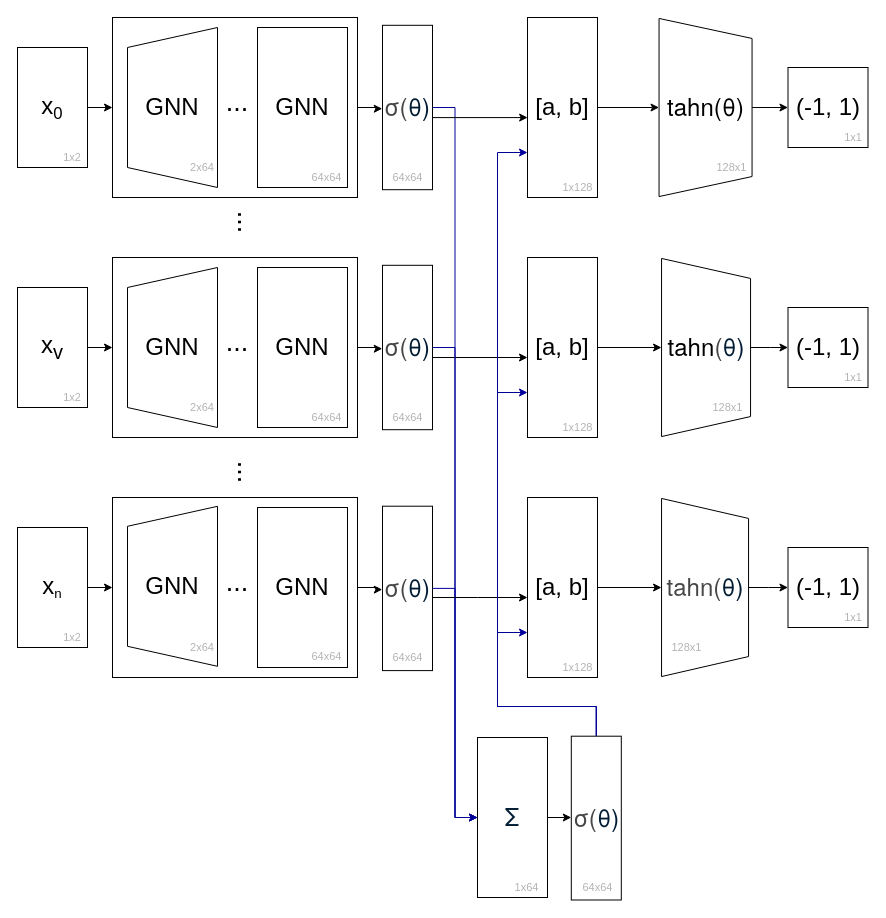
Earlier version of the draw.io diagram gnn.drawio (osnieltx/gnn-co). Source tidied: cells renumbered, new cells numbered last; positions are measured from the earlier drawing's top-left corner, leaving out a move shared by most shapes. Both pictures are drawn from the tidied source at 100%, with x=0, y=0 at pixel (17, 17).
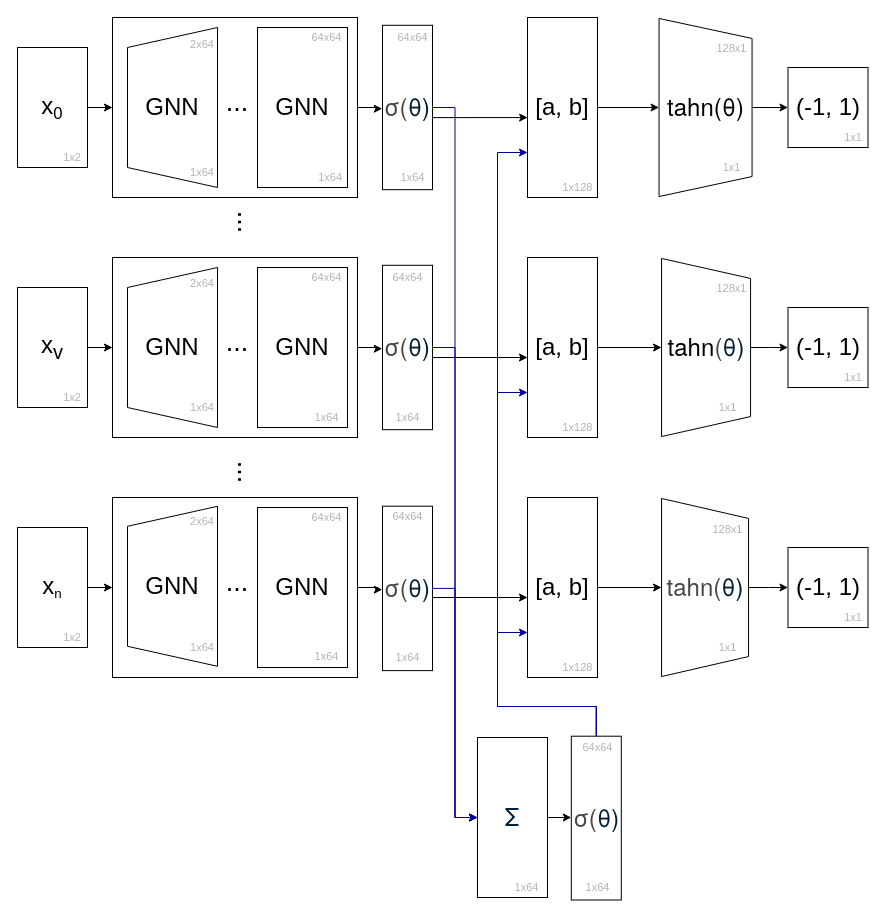
The same diagram, later.

The edit, as a diff of the source:
```diff
@@
     <mxCell id="58" value="2x64" style="text;html=1;align=center;verticalAlign=middle;whiteSpace=wrap;rounded=0;fontSize=11;fontColor=#B3B3B3;" parent="1" vertex="1">
-      <mxGeometry x="170" y="140" width="30" height="20" as="geometry" />
+      <mxGeometry x="170" y="17" width="30" height="20" as="geometry" />
     </mxCell>
-    <mxCell id="59" value="2x64" style="text;html=1;align=center;verticalAlign=middle;whiteSpace=wrap;rounded=0;fontSize=11;fontColor=#B3B3B3;" parent="1" vertex="1">
+    <mxCell id="59" value="1x64" style="text;html=1;align=center;verticalAlign=middle;whiteSpace=wrap;rounded=0;fontSize=11;fontColor=#B3B3B3;" parent="1" vertex="1">
       <mxGeometry x="170" y="380" width="30" height="20" as="geometry" />
     </mxCell>
-    <mxCell id="60" value="2x64" style="text;html=1;align=center;verticalAlign=middle;whiteSpace=wrap;rounded=0;fontSize=11;fontColor=#B3B3B3;" parent="1" vertex="1">
+    <mxCell id="60" value="1x64" style="text;html=1;align=center;verticalAlign=middle;whiteSpace=wrap;rounded=0;fontSize=11;fontColor=#B3B3B3;" parent="1" vertex="1">
       <mxGeometry x="170" y="620" width="30" height="20" as="geometry" />
     </mxCell>
     <mxCell id="61" value="64x64" style="text;html=1;align=center;verticalAlign=middle;whiteSpace=wrap;rounded=0;fontSize=11;fontColor=#B3B3B3;" parent="1" vertex="1">
-      <mxGeometry x="289" y="150" width="41" height="20" as="geometry" />
+      <mxGeometry x="289" y="10" width="41" height="20" as="geometry" />
     </mxCell>
-    <mxCell id="62" value="64x64" style="text;html=1;align=center;verticalAlign=middle;whiteSpace=wrap;rounded=0;fontSize=11;fontColor=#B3B3B3;" parent="1" vertex="1">
+    <mxCell id="62" value="1x64" style="text;html=1;align=center;verticalAlign=middle;whiteSpace=wrap;rounded=0;fontSize=11;fontColor=#B3B3B3;" parent="1" vertex="1">
       <mxGeometry x="289" y="390" width="41" height="20" as="geometry" />
     </mxCell>
-    <mxCell id="63" value="64x64" style="text;html=1;align=center;verticalAlign=middle;whiteSpace=wrap;rounded=0;fontSize=11;fontColor=#B3B3B3;" parent="1" vertex="1">
+    <mxCell id="63" value="1x64" style="text;html=1;align=center;verticalAlign=middle;whiteSpace=wrap;rounded=0;fontSize=11;fontColor=#B3B3B3;" parent="1" vertex="1">
       <mxGeometry x="289" y="628.8" width="41" height="20" as="geometry" />
     </mxCell>
     <mxCell id="64" value="64x64" style="text;html=1;align=center;verticalAlign=middle;whiteSpace=wrap;rounded=0;fontSize=11;fontColor=#B3B3B3;" parent="1" vertex="1">
-      <mxGeometry x="370" y="150" width="41" height="20" as="geometry" />
+      <mxGeometry x="375" y="10" width="41" height="20" as="geometry" />
     </mxCell>
-    <mxCell id="65" value="64x64" style="text;html=1;align=center;verticalAlign=middle;whiteSpace=wrap;rounded=0;fontSize=11;fontColor=#B3B3B3;" parent="1" vertex="1">
+    <mxCell id="65" value="1x64" style="text;html=1;align=center;verticalAlign=middle;whiteSpace=wrap;rounded=0;fontSize=11;fontColor=#B3B3B3;" parent="1" vertex="1">
       <mxGeometry x="370" y="390" width="41" height="20" as="geometry" />
     </mxCell>
-    <mxCell id="66" value="64x64" style="text;html=1;align=center;verticalAlign=middle;whiteSpace=wrap;rounded=0;fontSize=11;fontColor=#B3B3B3;" parent="1" vertex="1">
+    <mxCell id="66" value="1x64" style="text;html=1;align=center;verticalAlign=middle;whiteSpace=wrap;rounded=0;fontSize=11;fontColor=#B3B3B3;" parent="1" vertex="1">
       <mxGeometry x="369.5" y="630" width="41" height="20" as="geometry" />
     </mxCell>
@@
-    <mxCell id="68" value="64x64" style="text;html=1;align=center;verticalAlign=middle;whiteSpace=wrap;rounded=0;fontSize=11;fontColor=#B3B3B3;" parent="1" vertex="1">
+    <mxCell id="68" value="1x64" style="text;html=1;align=center;verticalAlign=middle;whiteSpace=wrap;rounded=0;fontSize=11;fontColor=#B3B3B3;" parent="1" vertex="1">
       <mxGeometry x="560" y="860" width="41" height="20" as="geometry" />
     </mxCell>
@@
-    <mxCell id="72" value="128x1" style="text;html=1;align=center;verticalAlign=middle;whiteSpace=wrap;rounded=0;fontSize=11;fontColor=#B3B3B3;" parent="1" vertex="1">
+    <mxCell id="72" value="1x1" style="text;html=1;align=center;verticalAlign=middle;whiteSpace=wrap;rounded=0;fontSize=11;fontColor=#B3B3B3;" parent="1" vertex="1">
       <mxGeometry x="694" y="140" width="41" height="20" as="geometry" />
     </mxCell>
-    <mxCell id="73" value="128x1" style="text;html=1;align=center;verticalAlign=middle;whiteSpace=wrap;rounded=0;fontSize=11;fontColor=#B3B3B3;" parent="1" vertex="1">
+    <mxCell id="73" value="1x1" style="text;html=1;align=center;verticalAlign=middle;whiteSpace=wrap;rounded=0;fontSize=11;fontColor=#B3B3B3;" parent="1" vertex="1">
       <mxGeometry x="689.6" y="380" width="41" height="20" as="geometry" />
     </mxCell>
-    <mxCell id="74" value="128x1" style="text;html=1;align=center;verticalAlign=middle;whiteSpace=wrap;rounded=0;fontSize=11;fontColor=#B3B3B3;" parent="1" vertex="1">
-      <mxGeometry x="648.6" y="620" width="41" height="20" as="geometry" />
+    <mxCell id="74" value="1x1" style="text;html=1;align=center;verticalAlign=middle;whiteSpace=wrap;rounded=0;fontSize=11;fontColor=#B3B3B3;" parent="1" vertex="1">
+      <mxGeometry x="689.6" y="620" width="41" height="20" as="geometry" />
     </mxCell>
@@
+    <mxCell id="78" value="1x64" style="text;html=1;align=center;verticalAlign=middle;whiteSpace=wrap;rounded=0;fontSize=11;fontColor=#B3B3B3;" parent="1" vertex="1">
+      <mxGeometry x="170" y="145" width="30" height="20" as="geometry" />
+    </mxCell>
+    <mxCell id="79" value="1x64" style="text;html=1;align=right;verticalAlign=middle;whiteSpace=wrap;rounded=0;fontSize=11;fontColor=#B3B3B3;" parent="1" vertex="1">
+      <mxGeometry x="286" y="150" width="41" height="20" as="geometry" />
+    </mxCell>
+    <mxCell id="80" value="1x64" style="text;html=1;align=center;verticalAlign=middle;whiteSpace=wrap;rounded=0;fontSize=11;fontColor=#B3B3B3;" parent="1" vertex="1">
+      <mxGeometry x="375" y="150" width="41" height="20" as="geometry" />
+    </mxCell>
+    <mxCell id="81" value="128x1" style="text;html=1;align=center;verticalAlign=middle;whiteSpace=wrap;rounded=0;fontSize=11;fontColor=#B3B3B3;" parent="1" vertex="1">
+      <mxGeometry x="694" y="21" width="41" height="20" as="geometry" />
+    </mxCell>
+    <mxCell id="82" value="2x64" style="text;html=1;align=center;verticalAlign=middle;whiteSpace=wrap;rounded=0;fontSize=11;fontColor=#B3B3B3;" parent="1" vertex="1">
+      <mxGeometry x="170" y="256" width="30" height="20" as="geometry" />
+    </mxCell>
+    <mxCell id="83" value="64x64" style="text;html=1;align=center;verticalAlign=middle;whiteSpace=wrap;rounded=0;fontSize=11;fontColor=#B3B3B3;" parent="1" vertex="1">
+      <mxGeometry x="289" y="250" width="41" height="20" as="geometry" />
+    </mxCell>
+    <mxCell id="84" value="64x64" style="text;html=1;align=center;verticalAlign=middle;whiteSpace=wrap;rounded=0;fontSize=11;fontColor=#B3B3B3;" parent="1" vertex="1">
+      <mxGeometry x="370" y="250" width="41" height="20" as="geometry" />
+    </mxCell>
+    <mxCell id="85" value="128x1" style="text;html=1;align=center;verticalAlign=middle;whiteSpace=wrap;rounded=0;fontSize=11;fontColor=#B3B3B3;" parent="1" vertex="1">
+      <mxGeometry x="694" y="261" width="41" height="20" as="geometry" />
+    </mxCell>
+    <mxCell id="86" value="2x64" style="text;html=1;align=center;verticalAlign=middle;whiteSpace=wrap;rounded=0;fontSize=11;fontColor=#B3B3B3;" parent="1" vertex="1">
+      <mxGeometry x="170" y="494" width="30" height="20" as="geometry" />
+    </mxCell>
+    <mxCell id="87" value="64x64" style="text;html=1;align=center;verticalAlign=middle;whiteSpace=wrap;rounded=0;fontSize=11;fontColor=#B3B3B3;" parent="1" vertex="1">
+      <mxGeometry x="289" y="490" width="41" height="20" as="geometry" />
+    </mxCell>
+    <mxCell id="88" value="64x64" style="text;html=1;align=center;verticalAlign=middle;whiteSpace=wrap;rounded=0;fontSize=11;fontColor=#B3B3B3;" parent="1" vertex="1">
+      <mxGeometry x="370" y="488.8" width="41" height="20" as="geometry" />
+    </mxCell>
+    <mxCell id="89" value="64x64" style="text;html=1;align=center;verticalAlign=middle;whiteSpace=wrap;rounded=0;fontSize=11;fontColor=#B3B3B3;" parent="1" vertex="1">
+      <mxGeometry x="560" y="720" width="41" height="20" as="geometry" />
+    </mxCell>
+    <mxCell id="90" value="128x1" style="text;html=1;align=center;verticalAlign=middle;whiteSpace=wrap;rounded=0;fontSize=11;fontColor=#B3B3B3;" parent="1" vertex="1">
+      <mxGeometry x="689.6" y="502" width="41" height="20" as="geometry" />
+    </mxCell>
```
